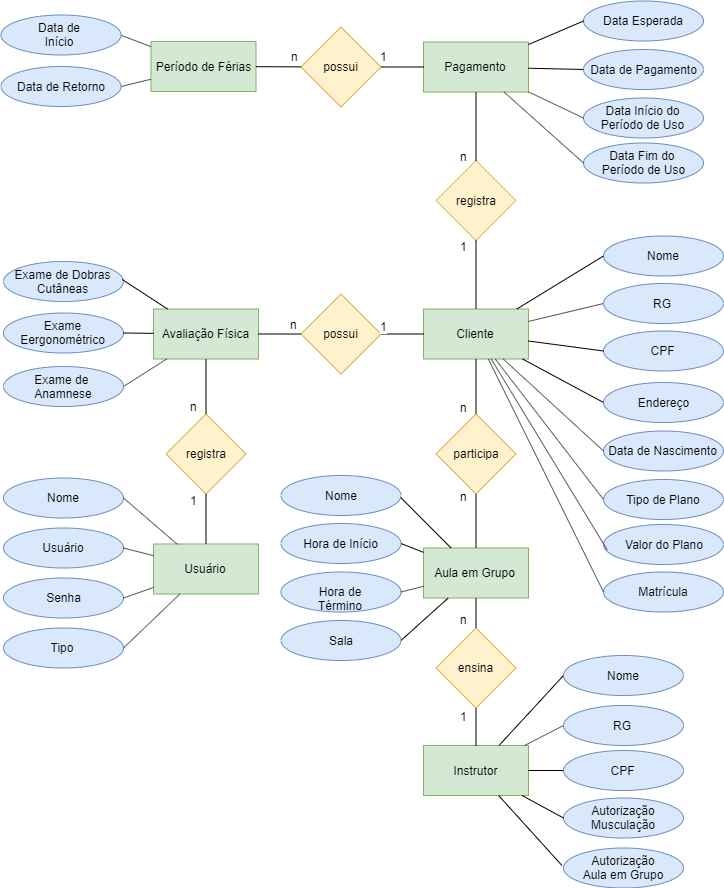
This is docs/diagramas/Diagrama Entidade-Relacionamento.png from will-steffen/esof-tcc, a draw.io export, as it was before one commit. Source tidied: cells renumbered, new cells last; positions are measured from the earlier drawing's top-left corner, leaving out a move shared by most shapes.
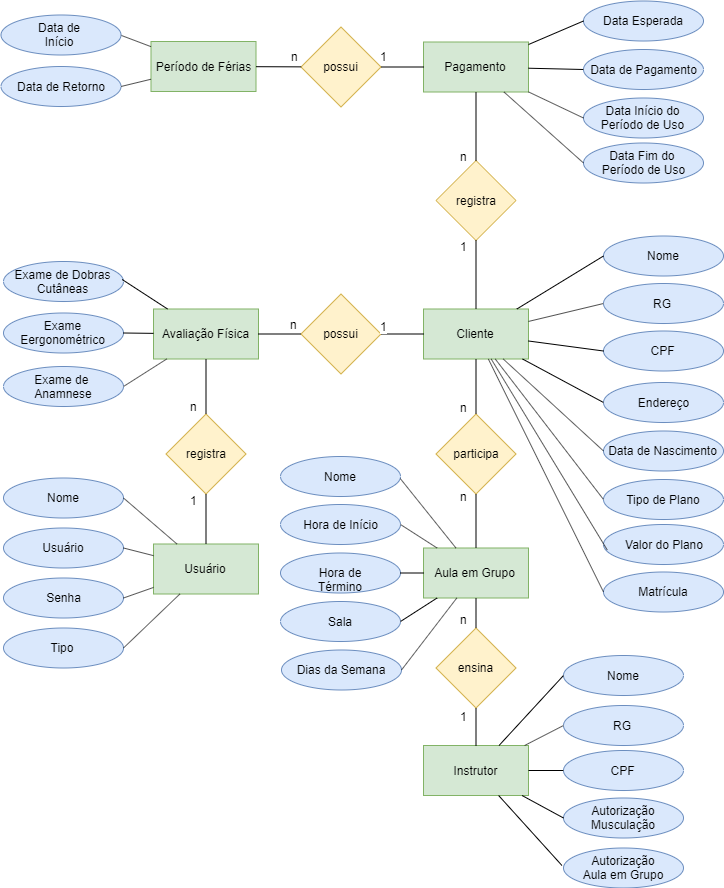
After the change.

Commit message:
uodate entidade-relacionamento

What changed in the source:
```diff
@@ -245,16 +245,16 @@
       <mxGeometry x="562" y="846.5" width="120" height="40" as="geometry" />
     </mxCell>
     <mxCell id="74" value="Hora de Início" style="ellipse;whiteSpace=wrap;html=1;fillColor=#dae8fc;strokeColor=#6c8ebf;" parent="1" vertex="1">
-      <mxGeometry x="279.5" y="522" width="120" height="40" as="geometry" />
+      <mxGeometry x="279" y="503" width="120" height="40" as="geometry" />
     </mxCell>
     <mxCell id="75" value="Hora de Término" style="ellipse;whiteSpace=wrap;html=1;fillColor=#dae8fc;strokeColor=#6c8ebf;" parent="1" vertex="1">
-      <mxGeometry x="279.5" y="570.5" width="120" height="40" as="geometry" />
+      <mxGeometry x="279" y="551.5" width="120" height="40" as="geometry" />
     </mxCell>
     <mxCell id="76" value="Sala" style="ellipse;whiteSpace=wrap;html=1;fillColor=#dae8fc;strokeColor=#6c8ebf;" parent="1" vertex="1">
-      <mxGeometry x="279.5" y="619" width="120" height="40" as="geometry" />
+      <mxGeometry x="279" y="600" width="120" height="40" as="geometry" />
     </mxCell>
     <mxCell id="77" value="Nome" style="ellipse;whiteSpace=wrap;html=1;fillColor=#dae8fc;strokeColor=#6c8ebf;" parent="1" vertex="1">
-      <mxGeometry x="279.5" y="474" width="120" height="40" as="geometry" />
+      <mxGeometry x="279" y="455" width="120" height="40" as="geometry" />
     </mxCell>
     <mxCell id="78" style="endArrow=none;html=1;entryX=0.998;entryY=0.551;entryDx=0;entryDy=0;entryPerimeter=0;" parent="1" edge="1" source="5" target="77">
       <mxGeometry relative="1" as="geometry" />
@@ -319,5 +319,11 @@
     <mxCell id="98" style="endArrow=none;html=1;exitX=-0.013;exitY=0.437;exitDx=0;exitDy=0;exitPerimeter=0;" parent="1" edge="1" source="73" target="12">
       <mxGeometry relative="1" as="geometry" />
     </mxCell>
+    <mxCell id="99" value="Dias da Semana" style="ellipse;whiteSpace=wrap;html=1;fillColor=#dae8fc;strokeColor=#6c8ebf;" parent="1" vertex="1">
+      <mxGeometry x="280" y="648.5" width="120" height="40" as="geometry" />
+    </mxCell>
+    <mxCell id="100" style="endArrow=none;html=1;entryX=1;entryY=0.5;entryDx=0;entryDy=0;" parent="1" edge="1" source="5" target="99">
+      <mxGeometry relative="1" as="geometry" />
+    </mxCell>
   </root>
 </mxGraphModel>
```
